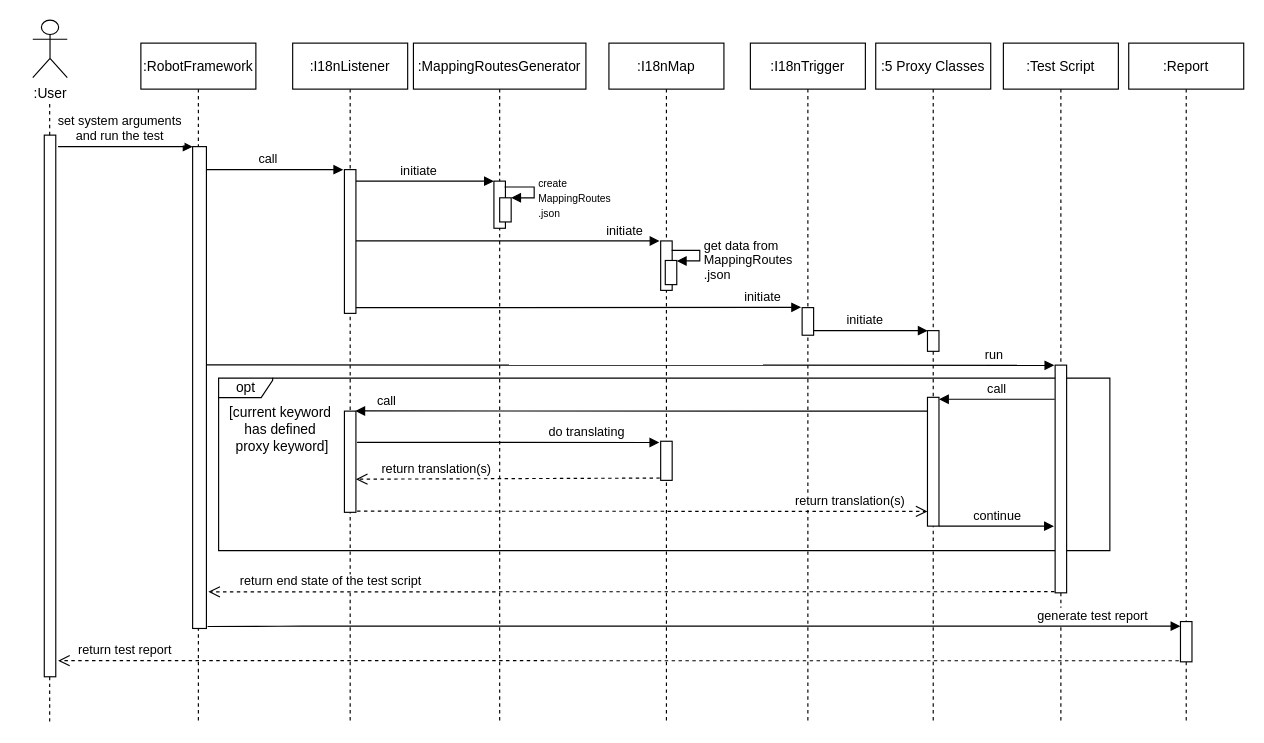
Earlier version of the draw.io diagram page "第一版i18n系統流程" (3 of 4) of UML/i18n sequence diagram.drawio (Rexmen/i18n). Source tidied: cells renumbered, new cells numbered last; positions are measured from the earlier drawing's top-left corner, leaving out a move shared by most shapes. Both pictures are drawn from the tidied source at 115%, with x=0, y=0 at pixel (32, 20).
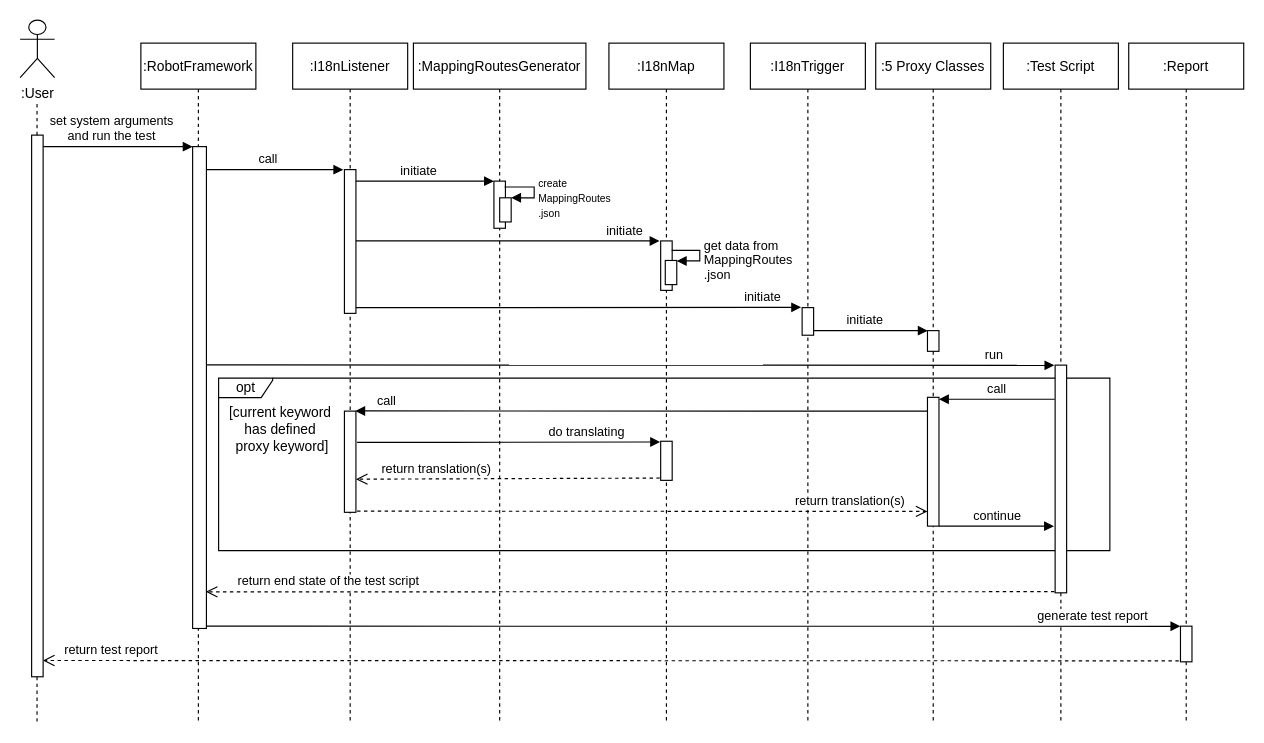
The same page after the edit.

Unchanged cells that the change refers to:
```xml
<mxCell id="4" style="points=[];perimeter=orthogonalPerimeter;rounded=0;shadow=0;strokeWidth=1;" parent="3" vertex="1">
  <mxGeometry x="45" y="90" width="12" height="419" as="geometry" />
</mxCell>
<mxCell id="16" style="points=[];perimeter=orthogonalPerimeter;rounded=0;shadow=0;strokeWidth=1;" parent="15" vertex="1">
  <mxGeometry x="45" y="346.2" width="10" height="34" as="geometry" />
</mxCell>
<mxCell id="29" style="points=[];perimeter=orthogonalPerimeter;rounded=0;shadow=0;strokeWidth=1;" parent="28" vertex="1">
  <mxGeometry x="45" y="280" width="10" height="198" as="geometry" />
</mxCell>
<mxCell id="40" value=":Report" style="shape=umlLifeline;perimeter=lifelinePerimeter;rounded=0;shadow=0;strokeWidth=1;" parent="1" vertex="1">
  <mxGeometry x="953" y="20" width="100" height="590" as="geometry" />
</mxCell>
```

The edit, as a diff of the source:
```diff
@@
-    <mxCell id="5" value="set system arguments&#10;and run the test" style="verticalAlign=bottom;endArrow=block;shadow=0;strokeWidth=1;" parent="1" edge="1">
+    <mxCell id="5" value="set system arguments&#10;and run the test" style="verticalAlign=bottom;endArrow=block;shadow=0;strokeWidth=1;" parent="1" edge="1" source="46">
       <mxGeometry x="-0.08" relative="1" as="geometry">
-        <mxPoint x="22" y="110" as="sourcePoint" />
         <mxPoint x="139" y="110" as="targetPoint" />
         <Array as="points">
           <mxPoint x="109" y="110" />
         </Array>
       </mxGeometry>
     </mxCell>
@@
-    <mxCell id="35" value="do translating" style="verticalAlign=bottom;endArrow=block;shadow=0;strokeWidth=1;entryX=-0.118;entryY=0.032;entryDx=0;entryDy=0;entryPerimeter=0;" parent="1" edge="1" target="16">
+    <mxCell id="35" value="do translating" style="verticalAlign=bottom;endArrow=block;shadow=0;strokeWidth=1;entryX=-0.05;entryY=0.018;entryDx=0;entryDy=0;entryPerimeter=0;" parent="1" edge="1" target="16">
       <mxGeometry x="0.52" relative="1" as="geometry">
         <mxPoint x="282" y="367.2" as="sourcePoint" />
         <Array as="points">
           <mxPoint x="352" y="367.2" />
         </Array>
       </mxGeometry>
     </mxCell>
@@
-    <mxCell id="39" value="return end state of the test script" style="verticalAlign=bottom;endArrow=open;dashed=1;endSize=8;shadow=0;strokeWidth=1;exitX=-0.057;exitY=0.995;exitDx=0;exitDy=0;exitPerimeter=0;entryX=1.139;entryY=0.924;entryDx=0;entryDy=0;entryPerimeter=0;" parent="1" edge="1" source="29" target="4">
+    <mxCell id="39" value="return end state of the test script" style="verticalAlign=bottom;endArrow=open;dashed=1;endSize=8;shadow=0;strokeWidth=1;exitX=-0.057;exitY=0.995;exitDx=0;exitDy=0;exitPerimeter=0;entryX=0.955;entryY=0.924;entryDx=0;entryDy=0;entryPerimeter=0;" parent="1" edge="1" source="29" target="4">
       <mxGeometry x="0.71" relative="1" as="geometry" />
     </mxCell>
@@
     <mxCell id="41" style="points=[];perimeter=orthogonalPerimeter;rounded=0;shadow=0;strokeWidth=1;" parent="40" vertex="1">
-      <mxGeometry x="45" y="503" width="10" height="35" as="geometry" />
+      <mxGeometry x="45" y="507" width="10" height="31" as="geometry" />
     </mxCell>
-    <mxCell id="42" value="generate test report" style="verticalAlign=bottom;endArrow=block;shadow=0;strokeWidth=1;entryX=0;entryY=0.114;entryDx=0;entryDy=0;entryPerimeter=0;exitX=1.083;exitY=0.996;exitDx=0;exitDy=0;exitPerimeter=0;" parent="1" edge="1" source="4" target="41">
+    <mxCell id="42" value="generate test report" style="verticalAlign=bottom;endArrow=block;shadow=0;strokeWidth=1;entryX=-0.011;entryY=0.004;entryDx=0;entryDy=0;entryPerimeter=0;" parent="1" edge="1" source="4" target="41">
       <mxGeometry x="0.82" relative="1" as="geometry">
         <Array as="points">
           <mxPoint x="224" y="527" />
         </Array>
       </mxGeometry>
     </mxCell>
-    <mxCell id="43" value="return test report" style="verticalAlign=bottom;endArrow=open;dashed=1;endSize=8;shadow=0;strokeWidth=1;exitX=-0.146;exitY=0.973;exitDx=0;exitDy=0;exitPerimeter=0;" parent="1" edge="1" source="41">
-      <mxGeometry x="0.88" relative="1" as="geometry">
-        <mxPoint x="22" y="557" as="targetPoint" />
-      </mxGeometry>
+    <mxCell id="43" value="return test report" style="verticalAlign=bottom;endArrow=open;dashed=1;endSize=8;shadow=0;strokeWidth=1;exitX=-0.146;exitY=0.973;exitDx=0;exitDy=0;exitPerimeter=0;entryX=0.985;entryY=0.97;entryDx=0;entryDy=0;entryPerimeter=0;" parent="1" edge="1" source="41" target="46">
+      <mxGeometry x="0.88" relative="1" as="geometry" />
     </mxCell>
@@
     <mxCell id="45" value=":User" style="shape=umlActor;verticalLabelPosition=bottom;verticalAlign=top;html=1;" parent="1" vertex="1">
-      <mxGeometry width="30" height="50" as="geometry" />
+      <mxGeometry x="-11" width="30" height="50" as="geometry" />
     </mxCell>
     <mxCell id="46" style="points=[];perimeter=orthogonalPerimeter;rounded=0;shadow=0;strokeWidth=1;" parent="1" vertex="1">
-      <mxGeometry x="10" y="100" width="10" height="471" as="geometry" />
+      <mxGeometry x="-1" y="100" width="10" height="471" as="geometry" />
     </mxCell>
     <mxCell id="47" style="endArrow=none;dashed=1;html=1;" parent="1" edge="1">
-      <mxGeometry x="121" y="120" as="geometry">
-        <mxPoint x="14.7" y="100" as="sourcePoint" />
-        <mxPoint x="14.7" y="70" as="targetPoint" />
+      <mxGeometry x="110" y="120" as="geometry">
+        <mxPoint x="3.7" y="100" as="sourcePoint" />
+        <mxPoint x="3.7" y="70" as="targetPoint" />
       </mxGeometry>
     </mxCell>
     <mxCell id="48" style="endArrow=none;dashed=1;html=1;" parent="1" edge="1">
-      <mxGeometry x="121" y="120" as="geometry">
-        <mxPoint x="14.7" y="610" as="sourcePoint" />
-        <mxPoint x="14.7" y="571" as="targetPoint" />
+      <mxGeometry x="110" y="120" as="geometry">
+        <mxPoint x="3.7" y="610" as="sourcePoint" />
+        <mxPoint x="3.7" y="571" as="targetPoint" />
       </mxGeometry>
     </mxCell>
```
